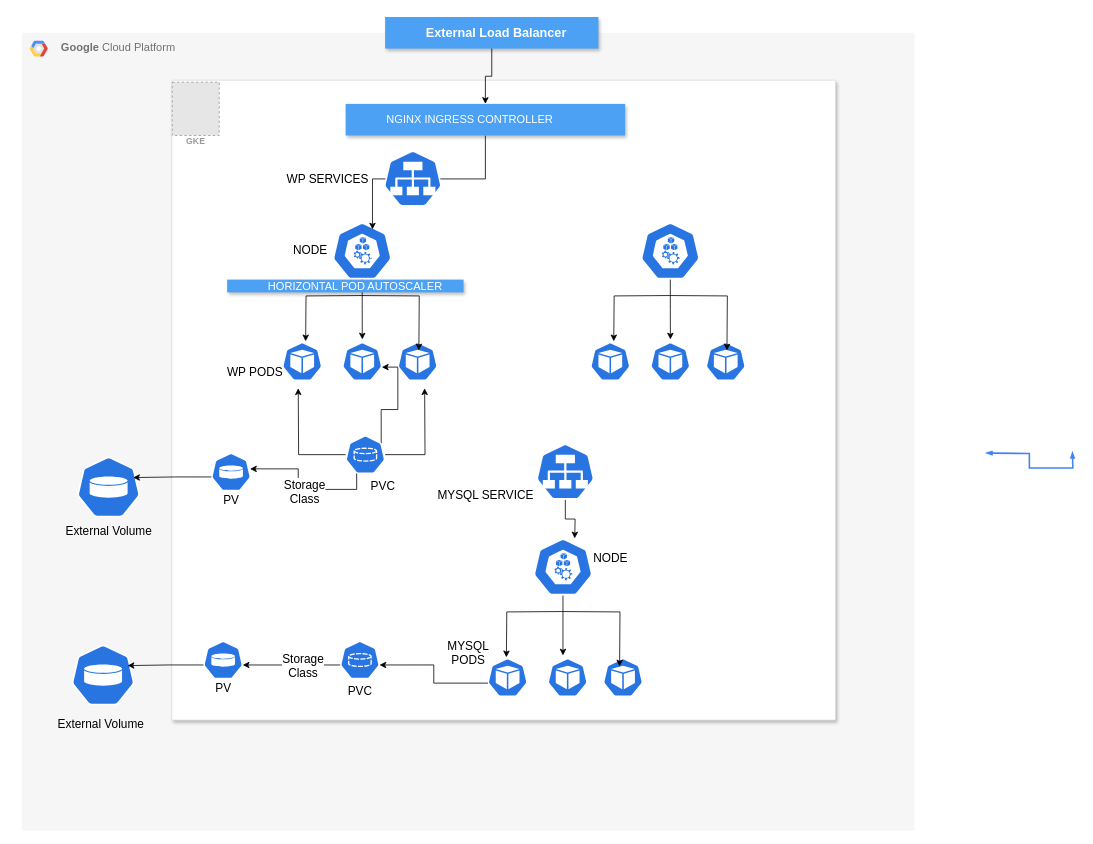
Eebru-gzy/Draw.io-repo keeps this draw.io diagram as Untitled Diagram.drawio. Above is the earlier version. Source tidied: cells renumbered, new cells numbered last; positions are measured from the earlier drawing's top-left corner, leaving out a move shared by most shapes. Both pictures are drawn from the tidied source at 79%, with x=0, y=0 at pixel (21, 17). Pictures stored in the file or linked from it are replaced by grey dashed boxes.
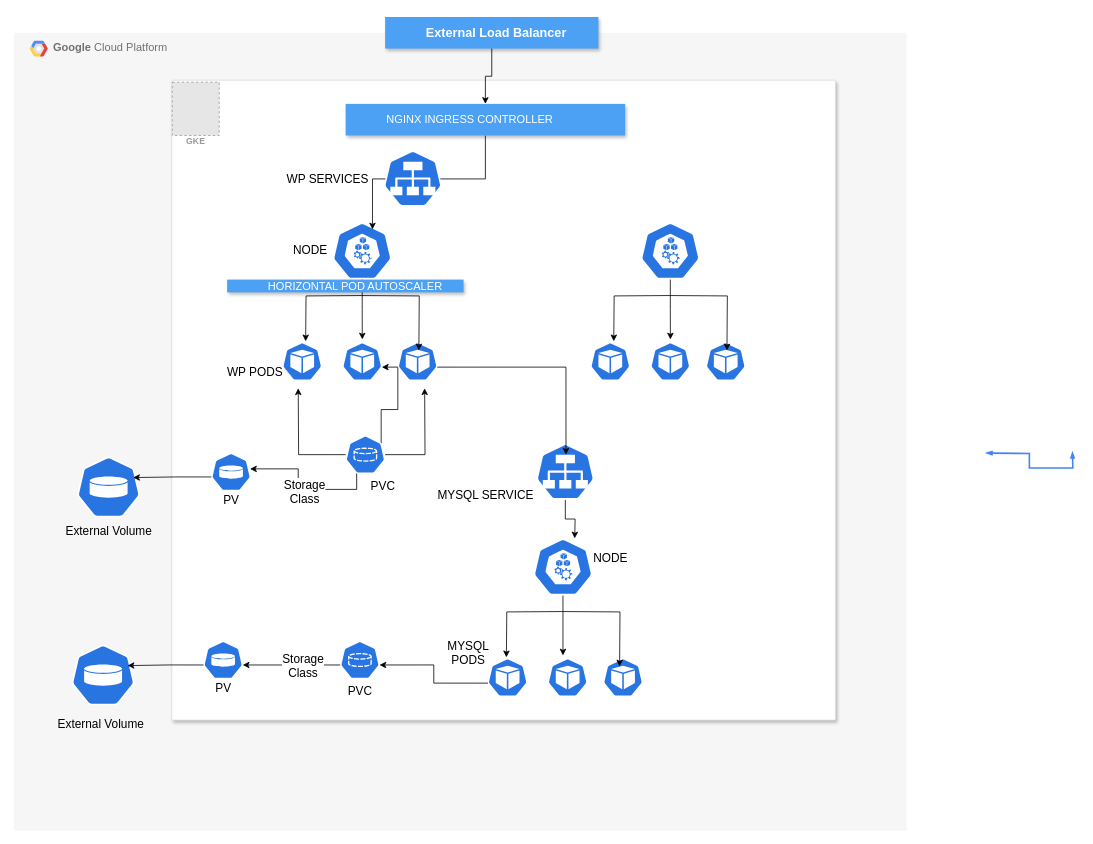
The same diagram, later.

Unchanged cells that the change refers to:
```xml
<mxCell id="38" style="sketch=0;html=1;dashed=0;whitespace=wrap;fillColor=#2875E2;strokeColor=#ffffff;points=[[0.005,0.63,0],[0.1,0.2,0],[0.9,0.2,0],[0.5,0,0],[0.995,0.63,0],[0.72,0.99,0],[0.5,1,0],[0.28,0.99,0]];shape=mxgraph.kubernetes.icon;prIcon=svc;" parent="1" vertex="1">
  <mxGeometry x="618.2" y="540" width="139.8" height="71" as="geometry" />
</mxCell>
<mxCell id="54" style="sketch=0;html=1;dashed=0;whitespace=wrap;fillColor=#2875E2;strokeColor=#ffffff;points=[[0.005,0.63,0],[0.1,0.2,0],[0.9,0.2,0],[0.5,0,0],[0.995,0.63,0],[0.72,0.99,0],[0.5,1,0],[0.28,0.99,0]];shape=mxgraph.kubernetes.icon;prIcon=pod;" parent="1" vertex="1">
  <mxGeometry x="476.1" y="408.2" width="50.1" height="55.6" as="geometry" />
</mxCell>
```

The edit, as a diff of the source:
```diff
@@
     <mxCell id="2" value="&lt;b&gt;Google &lt;/b&gt;Cloud Platform" style="fillColor=#F6F6F6;strokeColor=none;shadow=0;gradientColor=none;fontSize=14;align=left;spacing=10;fontColor=#717171;9E9E9E;verticalAlign=top;spacingTop=-4;fontStyle=0;spacingLeft=40;html=1;horizontal=1;" parent="1" vertex="1">
-      <mxGeometry y="20" width="1130" height="1010" as="geometry" />
+      <mxGeometry x="-10" y="20" width="1130" height="1010" as="geometry" />
     </mxCell>
@@
+    <mxCell id="64" style="edgeStyle=orthogonalEdgeStyle;rounded=0;jettySize=auto;html=1;exitX=0.995;exitY=0.63;exitDx=0;exitDy=0;exitPerimeter=0;entryX=0.506;entryY=0.197;entryDx=0;entryDy=0;entryPerimeter=0;" parent="1" edge="1" source="54" target="38">
+      <mxGeometry relative="1" as="geometry" />
+    </mxCell>
```
